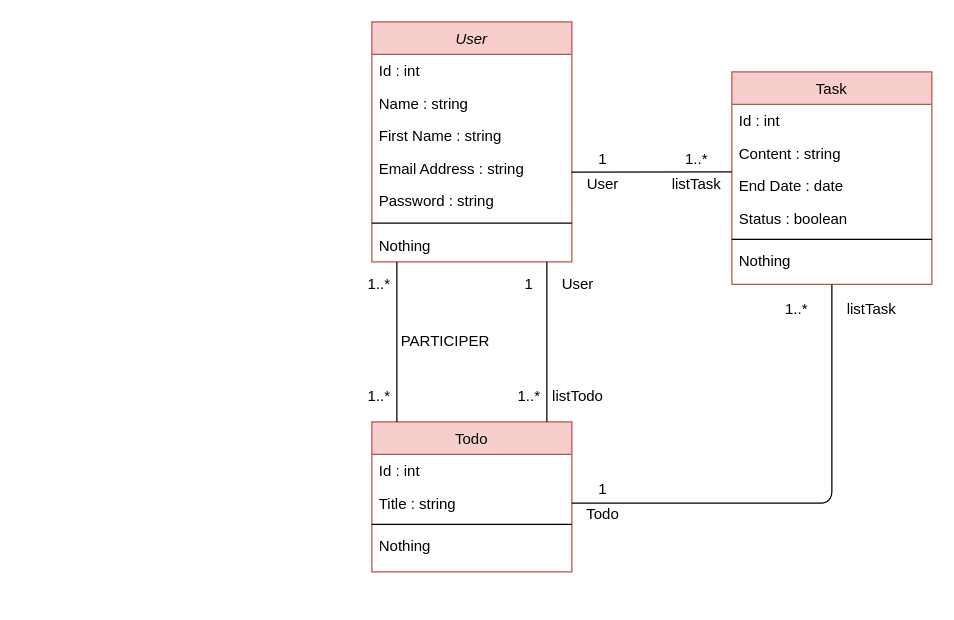
BaptisteLecat/Todo keeps this draw.io diagram as assets/todo_diagramCLASS.drawio. Above is the earlier version. Source tidied: cells renumbered, new cells numbered last; positions are measured from the earlier drawing's top-left corner, leaving out a move shared by most shapes. Both pictures are drawn from the tidied source at 125%, with x=0, y=0 at pixel (354, 21).
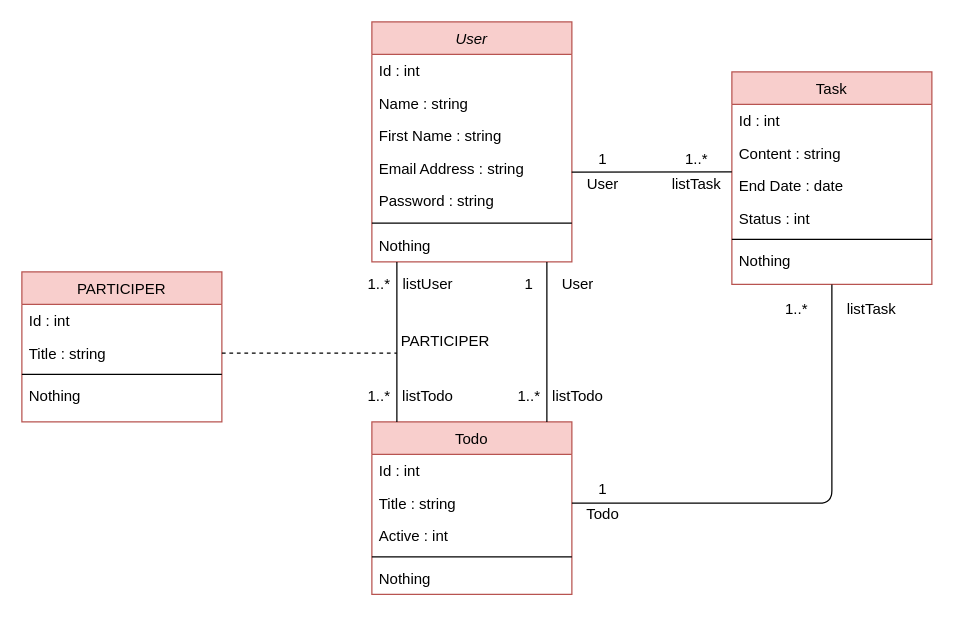
The same diagram, later.

The change refers to these unchanged cells:
```xml
<mxCell id="10" value="Task" style="swimlane;fontStyle=0;align=center;verticalAlign=top;horizontal=1;startSize=26;rounded=0;shadow=0;strokeWidth=1;fillColor=#f8cecc;strokeColor=#b85450;" parent="1" vertex="1">
  <mxGeometry x="302" y="40" width="160" height="170" as="geometry" />
</mxCell>
<mxCell id="33" style="group;" parent="1" vertex="1">
  <mxGeometry y="192" width="79" height="128" as="geometry" />
</mxCell>
```

What changed in the source:
```diff
@@
-    <mxCell id="14" value="Status : boolean" style="text;align=left;verticalAlign=top;spacingLeft=4;spacingRight=4;overflow=hidden;rounded=0;shadow=0;html=0;" parent="10" vertex="1">
+    <mxCell id="14" value="Status : int" style="text;align=left;verticalAlign=top;spacingLeft=4;spacingRight=4;overflow=hidden;rounded=0;shadow=0;html=0;" parent="10" vertex="1">
       <mxGeometry y="104" width="160" height="26" as="geometry" />
     </mxCell>
@@
     <mxCell id="17" value="Todo" style="swimlane;fontStyle=0;align=center;verticalAlign=top;horizontal=1;startSize=26;rounded=0;shadow=0;strokeWidth=1;fillColor=#f8cecc;strokeColor=#b85450;" parent="1" vertex="1">
-      <mxGeometry x="14" y="320" width="160" height="120" as="geometry" />
+      <mxGeometry x="14" y="320" width="160" height="138" as="geometry" />
     </mxCell>
@@
+    <mxCell id="43" value="Active : int" style="text;align=left;verticalAlign=top;spacingLeft=4;spacingRight=4;overflow=hidden;rounded=0;shadow=0;html=0;" parent="17" vertex="1">
+      <mxGeometry y="78" width="160" height="26" as="geometry" />
+    </mxCell>
     <mxCell id="20" style="line;html=1;strokeWidth=1;align=left;verticalAlign=middle;spacingTop=-1;spacingLeft=3;spacingRight=3;labelPosition=right;" parent="17" vertex="1">
-      <mxGeometry y="78" width="160" height="8" as="geometry" />
+      <mxGeometry y="104" width="160" height="8" as="geometry" />
     </mxCell>
     <mxCell id="21" value="Nothing" style="text;align=left;verticalAlign=top;spacingLeft=4;spacingRight=4;overflow=hidden;" parent="17" vertex="1">
-      <mxGeometry y="86" width="160" height="26" as="geometry" />
+      <mxGeometry y="112" width="160" height="26" as="geometry" />
     </mxCell>
@@
+    <mxCell id="44" value="listTodo" style="text;html=1;strokeColor=none;fillColor=none;align=center;verticalAlign=middle;whiteSpace=wrap;rounded=0;" parent="33" vertex="1">
+      <mxGeometry x="39" y="98" width="40" height="20" as="geometry" />
+    </mxCell>
+    <mxCell id="45" value="listUser" style="text;html=1;strokeColor=none;fillColor=none;align=center;verticalAlign=middle;whiteSpace=wrap;rounded=0;" parent="33" vertex="1">
+      <mxGeometry x="39" y="8" width="40" height="20" as="geometry" />
+    </mxCell>
@@
+    <mxCell id="46" value="PARTICIPER" style="swimlane;fontStyle=0;align=center;verticalAlign=top;horizontal=1;startSize=26;rounded=0;shadow=0;strokeWidth=1;fillColor=#f8cecc;strokeColor=#b85450;" parent="1" vertex="1">
+      <mxGeometry x="-266" y="200" width="160" height="120" as="geometry" />
+    </mxCell>
+    <mxCell id="47" value="Id : int" style="text;align=left;verticalAlign=top;spacingLeft=4;spacingRight=4;overflow=hidden;" parent="46" vertex="1">
+      <mxGeometry y="26" width="160" height="26" as="geometry" />
+    </mxCell>
+    <mxCell id="48" value="Title : string" style="text;align=left;verticalAlign=top;spacingLeft=4;spacingRight=4;overflow=hidden;points=[[0,0.5],[1,0.5]];portConstraint=eastwest;rounded=0;shadow=0;html=0;" parent="46" vertex="1">
+      <mxGeometry y="52" width="160" height="26" as="geometry" />
+    </mxCell>
+    <mxCell id="49" style="line;html=1;strokeWidth=1;align=left;verticalAlign=middle;spacingTop=-1;spacingLeft=3;spacingRight=3;labelPosition=right;" parent="46" vertex="1">
+      <mxGeometry y="78" width="160" height="8" as="geometry" />
+    </mxCell>
+    <mxCell id="50" value="Nothing" style="text;align=left;verticalAlign=top;spacingLeft=4;spacingRight=4;overflow=hidden;" parent="46" vertex="1">
+      <mxGeometry y="86" width="160" height="26" as="geometry" />
+    </mxCell>
+    <mxCell id="51" style="endArrow=none;dashed=1;html=1;exitX=1;exitY=0.5;exitDx=0;exitDy=0;" parent="1" edge="1" source="48">
+      <mxGeometry relative="1" as="geometry">
+        <mxPoint x="34" y="265" as="targetPoint" />
+      </mxGeometry>
+    </mxCell>
```
